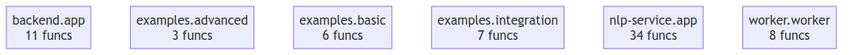
Before: project/compact_flow.png, a diagram exported from Mermaid (wronai/nlp2dsl). Its source is kept beside it as project/compact_flow.mmd.
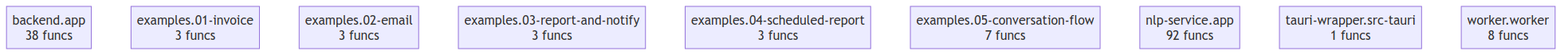
After the commit.

Change to the diagram source:
```diff
@@ -1,7 +1,10 @@
 flowchart TD
-    backend__app["backend.app<br/>11 funcs"]
-    examples__advanced["examples.advanced<br/>3 funcs"]
-    examples__basic["examples.basic<br/>6 funcs"]
-    examples__integration["examples.integration<br/>7 funcs"]
-    nlp_service__app["nlp-service.app<br/>34 funcs"]
+    backend__app["backend.app<br/>38 funcs"]
+    examples__01_invoice["examples.01-invoice<br/>3 funcs"]
+    examples__02_email["examples.02-email<br/>3 funcs"]
+    examples__03_report_and_notify["examples.03-report-and-notify<br/>3 funcs"]
+    examples__04_scheduled_report["examples.04-scheduled-report<br/>3 funcs"]
+    examples__05_conversation_flow["examples.05-conversation-flow<br/>7 funcs"]
+    nlp_service__app["nlp-service.app<br/>92 funcs"]
+    tauri_wrapper__src_tauri["tauri-wrapper.src-tauri<br/>1 funcs"]
     worker__worker["worker.worker<br/>8 funcs"]
```
